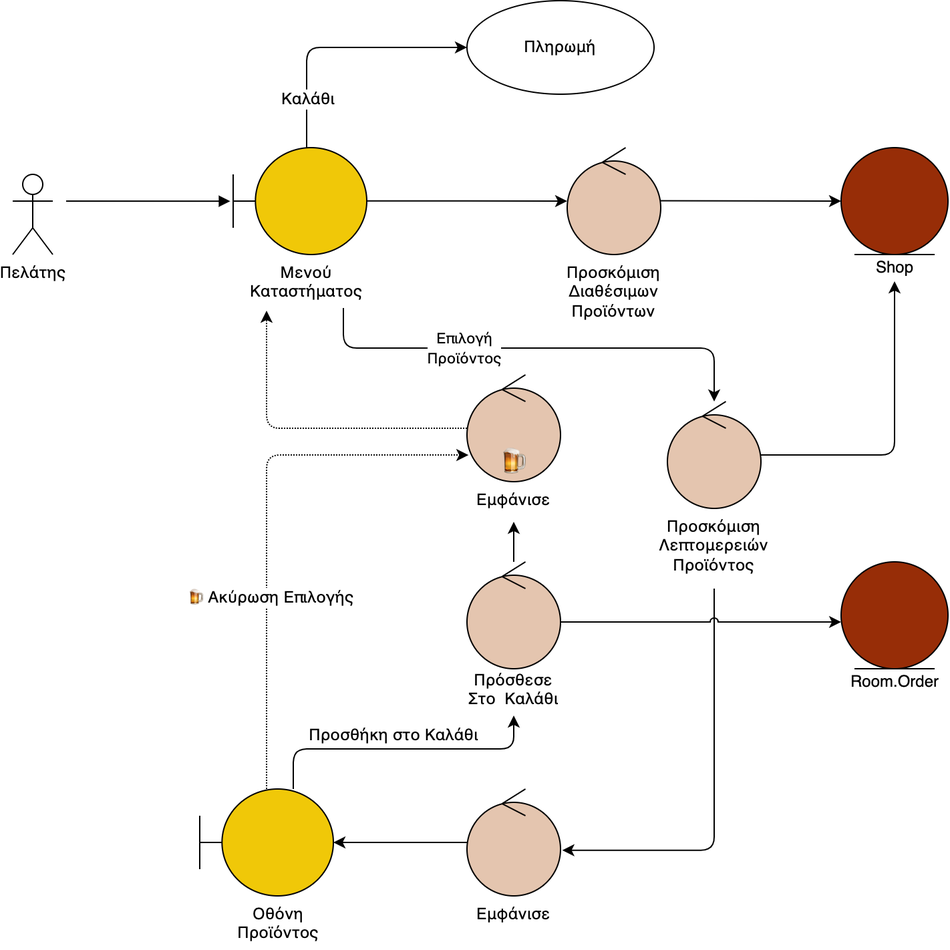
Before: docs/final/nomnomr./Media/Robustness Diagrams/4.Παραγγελία.drawio.png, a diagram exported from draw.io (iloudaros/nomnomr). Source tidied: cells renumbered, new cells last; positions are measured from the earlier drawing's top-left corner, leaving out a move shared by most shapes.
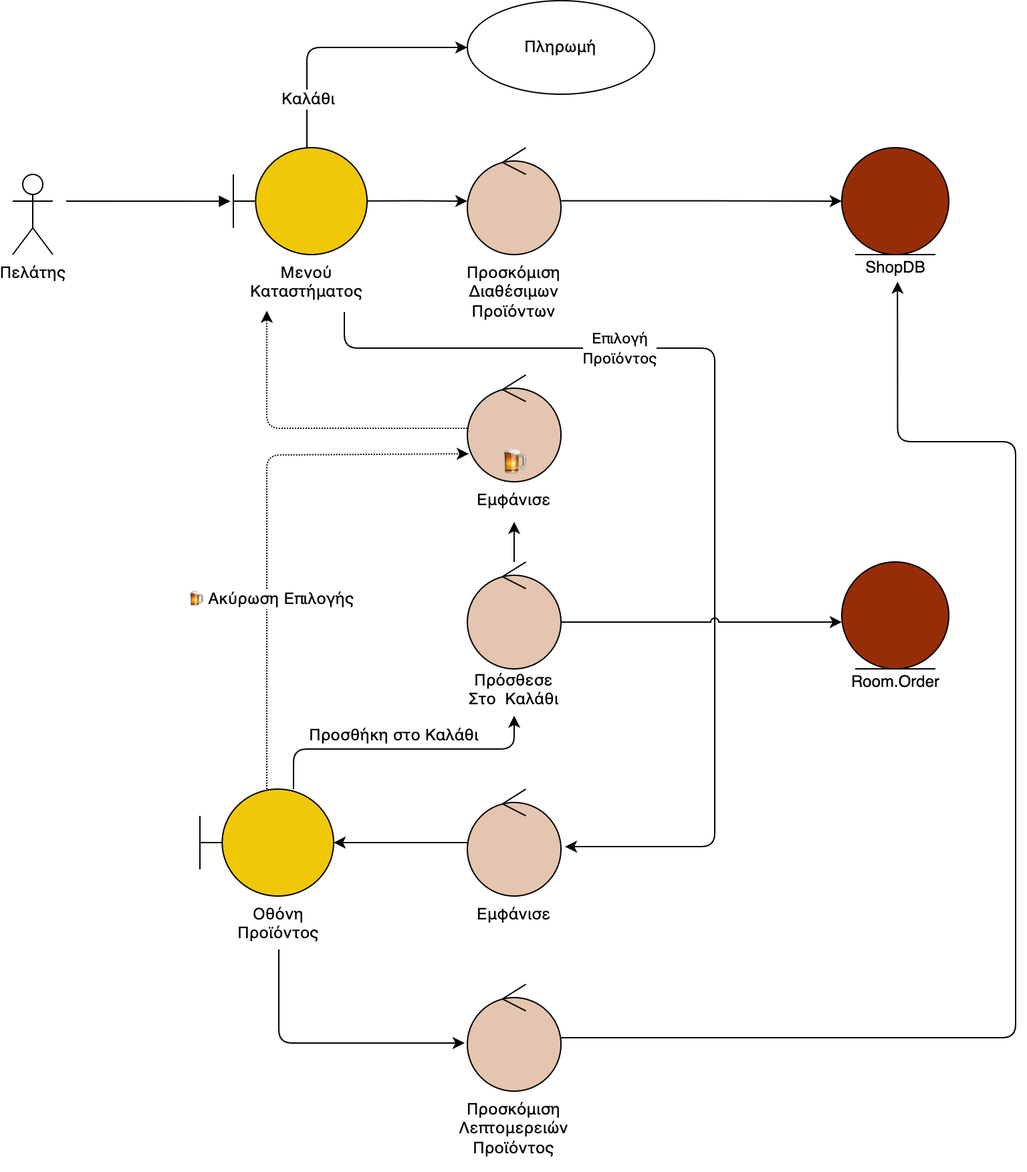
The same diagram one commit later.

Change to the diagram source:
```diff
@@ -2,16 +2,20 @@
   <root>
     <mxCell id="0" />
     <mxCell id="1" parent="0" />
-    <mxCell id="2" style="edgeStyle=orthogonalEdgeStyle;rounded=1;jettySize=auto;html=1;exitX=0.75;exitY=1;exitDx=0;exitDy=0;" parent="1" edge="1" source="25" target="18">
+    <mxCell id="2" style="edgeStyle=orthogonalEdgeStyle;rounded=1;jettySize=auto;html=1;entryX=1.043;entryY=0.538;entryDx=0;entryDy=0;entryPerimeter=0;" parent="1" edge="1" target="20">
       <mxGeometry relative="1" as="geometry">
+        <mxPoint x="248" y="233" as="sourcePoint" />
         <Array as="points">
           <mxPoint x="248" y="260" />
           <mxPoint x="525" y="260" />
+          <mxPoint x="525" y="633" />
         </Array>
       </mxGeometry>
     </mxCell>
     <mxCell id="3" value="&lt;span style=&quot;font-size: 11px;&quot;&gt;Επιλογή&lt;/span&gt;&lt;br style=&quot;font-size: 11px;&quot;&gt;&lt;span style=&quot;font-size: 11px;&quot;&gt;Προϊόντος&lt;/span&gt;" style="edgeLabel;html=1;align=center;verticalAlign=middle;fontSize=12;labelBackgroundColor=default;" parent="2" vertex="1">
-      <mxGeometry x="-0.31" y="1" relative="1" as="geometry" />
+      <mxGeometry x="-0.31" y="1" relative="1" as="geometry">
+        <mxPoint x="-40" as="offset" />
+      </mxGeometry>
     </mxCell>
     <mxCell id="4" style="edgeStyle=orthogonalEdgeStyle;rounded=1;jumpStyle=arc;jettySize=auto;html=1;entryX=0;entryY=0.5;entryDx=0;entryDy=0;" parent="1" edge="1" source="6" target="39">
       <mxGeometry relative="1" as="geometry">
@@ -38,7 +42,7 @@
       <mxGeometry relative="1" as="geometry" />
     </mxCell>
     <mxCell id="9" style="ellipse;shape=umlControl;whiteSpace=wrap;html=1;fillColor=#E4C5AF;" parent="1" vertex="1">
-      <mxGeometry x="415" y="110" width="70" height="80" as="geometry" />
+      <mxGeometry x="340" y="110" width="70" height="80" as="geometry" />
     </mxCell>
     <mxCell id="10" style="edgeStyle=orthogonalEdgeStyle;rounded=1;jettySize=auto;html=1;entryX=0.5;entryY=1;entryDx=0;entryDy=0;" parent="1" edge="1" source="13" target="34">
       <mxGeometry relative="1" as="geometry">
@@ -65,25 +69,20 @@
     <mxCell id="14" style="edgeStyle=orthogonalEdgeStyle;rounded=0;jettySize=auto;html=1;entryX=0;entryY=0.5;entryDx=0;entryDy=0;exitX=0.998;exitY=0.497;exitDx=0;exitDy=0;exitPerimeter=0;" parent="1" edge="1" source="9" target="16">
       <mxGeometry relative="1" as="geometry" />
     </mxCell>
+    <mxCell id="16" style="ellipse;shape=umlEntity;whiteSpace=wrap;html=1;fillColor=#972D07;" parent="1" vertex="1">
+      <mxGeometry x="620" y="110" width="80" height="80" as="geometry" />
+    </mxCell>
-    <mxCell id="15" style="edgeStyle=orthogonalEdgeStyle;rounded=1;jettySize=auto;html=1;entryX=0.5;entryY=1;entryDx=0;entryDy=0;entryPerimeter=0;" parent="1" edge="1" source="18" target="35">
+    <mxCell id="15" style="edgeStyle=orthogonalEdgeStyle;rounded=1;jettySize=auto;html=1;entryX=0.528;entryY=1.012;entryDx=0;entryDy=0;entryPerimeter=0;" parent="1" edge="1" source="18" target="35">
       <mxGeometry relative="1" as="geometry">
         <Array as="points">
-          <mxPoint x="660" y="340" />
+          <mxPoint x="750" y="776" />
+          <mxPoint x="750" y="330" />
+          <mxPoint x="662" y="330" />
         </Array>
       </mxGeometry>
     </mxCell>
-    <mxCell id="16" style="ellipse;shape=umlEntity;whiteSpace=wrap;html=1;fillColor=#972D07;" parent="1" vertex="1">
-      <mxGeometry x="620" y="110" width="80" height="80" as="geometry" />
-    </mxCell>
-    <mxCell id="17" style="edgeStyle=orthogonalEdgeStyle;rounded=1;jettySize=auto;html=1;entryX=1.019;entryY=0.573;entryDx=0;entryDy=0;entryPerimeter=0;" parent="1" edge="1" source="26" target="20">
-      <mxGeometry relative="1" as="geometry">
-        <Array as="points">
-          <mxPoint x="525" y="636" />
-        </Array>
-      </mxGeometry>
-    </mxCell>
     <mxCell id="18" style="ellipse;shape=umlControl;whiteSpace=wrap;html=1;fillColor=#E4C5AF;" parent="1" vertex="1">
-      <mxGeometry x="490" y="300" width="70" height="80" as="geometry" />
+      <mxGeometry x="340" y="736" width="70" height="80" as="geometry" />
     </mxCell>
     <mxCell id="19" style="edgeStyle=orthogonalEdgeStyle;rounded=0;jettySize=auto;html=1;" parent="1" edge="1" source="20" target="13">
       <mxGeometry relative="1" as="geometry" />
@@ -106,17 +105,26 @@
       <mxGeometry y="130" width="30" height="60" as="geometry" />
     </mxCell>
     <mxCell id="24" value="&lt;meta charset=&quot;utf-8&quot;&gt;&lt;span style=&quot;color: rgb(0, 0, 0); font-family: helvetica; font-size: 12px; font-style: normal; font-weight: 400; letter-spacing: normal; text-indent: 0px; text-transform: none; word-spacing: 0px; display: inline; float: none;&quot;&gt;Προσκόμιση&lt;/span&gt;&lt;br style=&quot;color: rgb(0, 0, 0); font-family: helvetica; font-size: 12px; font-style: normal; font-weight: 400; letter-spacing: normal; text-indent: 0px; text-transform: none; word-spacing: 0px;&quot;&gt;&lt;span style=&quot;color: rgb(0, 0, 0); font-family: helvetica; font-size: 12px; font-style: normal; font-weight: 400; letter-spacing: normal; text-indent: 0px; text-transform: none; word-spacing: 0px; display: inline; float: none;&quot;&gt;Διαθέσιμων&lt;/span&gt;&lt;br style=&quot;color: rgb(0, 0, 0); font-family: helvetica; font-size: 12px; font-style: normal; font-weight: 400; letter-spacing: normal; text-indent: 0px; text-transform: none; word-spacing: 0px;&quot;&gt;&lt;span style=&quot;color: rgb(0, 0, 0); font-family: helvetica; font-size: 12px; font-style: normal; font-weight: 400; letter-spacing: normal; text-indent: 0px; text-transform: none; word-spacing: 0px; display: inline; float: none;&quot;&gt;Προϊόντων&lt;/span&gt;" style="text;whiteSpace=wrap;html=1;align=center;labelBackgroundColor=none;" parent="1" vertex="1">
-      <mxGeometry x="400" y="190" width="100" height="60" as="geometry" />
+      <mxGeometry x="325" y="190" width="100" height="60" as="geometry" />
     </mxCell>
     <mxCell id="25" value="&lt;meta charset=&quot;utf-8&quot;&gt;&lt;span style=&quot;color: rgb(0, 0, 0); font-family: helvetica; font-size: 12px; font-style: normal; font-weight: 400; letter-spacing: normal; text-indent: 0px; text-transform: none; word-spacing: 0px; display: inline; float: none;&quot;&gt;Μενού&lt;/span&gt;&lt;br style=&quot;color: rgb(0, 0, 0); font-family: helvetica; font-size: 12px; font-style: normal; font-weight: 400; letter-spacing: normal; text-indent: 0px; text-transform: none; word-spacing: 0px;&quot;&gt;&lt;span style=&quot;color: rgb(0, 0, 0); font-family: helvetica; font-size: 12px; font-style: normal; font-weight: 400; letter-spacing: normal; text-indent: 0px; text-transform: none; word-spacing: 0px; display: inline; float: none;&quot;&gt;Καταστήματος&lt;/span&gt;" style="text;whiteSpace=wrap;html=1;align=center;labelBackgroundColor=none;" parent="1" vertex="1">
       <mxGeometry x="165" y="190" width="110" height="40" as="geometry" />
     </mxCell>
     <mxCell id="26" value="&lt;meta charset=&quot;utf-8&quot;&gt;&lt;span style=&quot;color: rgb(0, 0, 0); font-family: helvetica; font-size: 12px; font-style: normal; font-weight: 400; letter-spacing: normal; text-indent: 0px; text-transform: none; word-spacing: 0px; display: inline; float: none;&quot;&gt;Προσκόμιση&lt;/span&gt;&lt;br style=&quot;color: rgb(0, 0, 0); font-family: helvetica; font-size: 12px; font-style: normal; font-weight: 400; letter-spacing: normal; text-indent: 0px; text-transform: none; word-spacing: 0px;&quot;&gt;&lt;span style=&quot;color: rgb(0, 0, 0); font-family: helvetica; font-size: 12px; font-style: normal; font-weight: 400; letter-spacing: normal; text-indent: 0px; text-transform: none; word-spacing: 0px; display: inline; float: none;&quot;&gt;Λεπτομερειών&lt;/span&gt;&lt;br style=&quot;color: rgb(0, 0, 0); font-family: helvetica; font-size: 12px; font-style: normal; font-weight: 400; letter-spacing: normal; text-indent: 0px; text-transform: none; word-spacing: 0px;&quot;&gt;&lt;span style=&quot;color: rgb(0, 0, 0); font-family: helvetica; font-size: 12px; font-style: normal; font-weight: 400; letter-spacing: normal; text-indent: 0px; text-transform: none; word-spacing: 0px; display: inline; float: none;&quot;&gt;Προϊόντος&lt;/span&gt;" style="text;whiteSpace=wrap;html=1;align=center;labelBackgroundColor=none;" parent="1" vertex="1">
-      <mxGeometry x="470" y="380" width="110" height="60" as="geometry" />
+      <mxGeometry x="320" y="816" width="110" height="60" as="geometry" />
     </mxCell>
     <mxCell id="27" value="&lt;meta charset=&quot;utf-8&quot;&gt;&lt;span style=&quot;color: rgb(0, 0, 0); font-family: helvetica; font-size: 12px; font-style: normal; font-weight: 400; letter-spacing: normal; text-indent: 0px; text-transform: none; word-spacing: 0px; display: inline; float: none;&quot;&gt;Εμφάνισε&lt;/span&gt;" style="text;whiteSpace=wrap;html=1;align=center;labelBackgroundColor=none;" parent="1" vertex="1">
       <mxGeometry x="335" y="670" width="80" height="30" as="geometry" />
     </mxCell>
+    <mxCell id="40" style="edgeStyle=orthogonalEdgeStyle;rounded=1;jettySize=auto;html=1;" parent="1" edge="1" source="28">
+      <mxGeometry relative="1" as="geometry">
+        <mxPoint x="338" y="780" as="targetPoint" />
+        <Array as="points">
+          <mxPoint x="199" y="780" />
+          <mxPoint x="338" y="780" />
+        </Array>
+      </mxGeometry>
+    </mxCell>
     <mxCell id="28" value="&lt;font face=&quot;helvetica&quot;&gt;Οθόνη Προϊόντος&lt;/font&gt;" style="text;whiteSpace=wrap;html=1;align=center;labelBackgroundColor=none;" parent="1" vertex="1">
       <mxGeometry x="149" y="670" width="100" height="40" as="geometry" />
     </mxCell>
@@ -143,8 +151,8 @@
     <mxCell id="34" value="&lt;span style=&quot;color: rgb(0, 0, 0); font-family: helvetica; font-size: 12px; font-style: normal; font-weight: 400; letter-spacing: normal; text-indent: 0px; text-transform: none; word-spacing: 0px; display: inline; float: none;&quot;&gt;Πρόσθεσε&lt;br&gt;Στο&amp;nbsp; Καλάθι&lt;br&gt;&lt;/span&gt;" style="text;whiteSpace=wrap;html=1;align=center;labelBackgroundColor=none;" parent="1" vertex="1">
       <mxGeometry x="335" y="495" width="80" height="40" as="geometry" />
     </mxCell>
-    <mxCell id="35" value="Shop" style="text;html=1;align=center;verticalAlign=middle;points=[];strokeColor=none;fillColor=none;" parent="1" vertex="1">
-      <mxGeometry x="640" y="190" width="40" height="20" as="geometry" />
+    <mxCell id="35" value="ShopDB" style="text;html=1;align=center;verticalAlign=middle;points=[];strokeColor=none;fillColor=none;" parent="1" vertex="1">
+      <mxGeometry x="630" y="190" width="60" height="20" as="geometry" />
     </mxCell>
     <mxCell id="36" value="Room.Order" style="text;html=1;align=center;verticalAlign=middle;strokeColor=none;fillColor=none;" parent="1" vertex="1">
       <mxGeometry x="620" y="500" width="80" height="20" as="geometry" />
```
